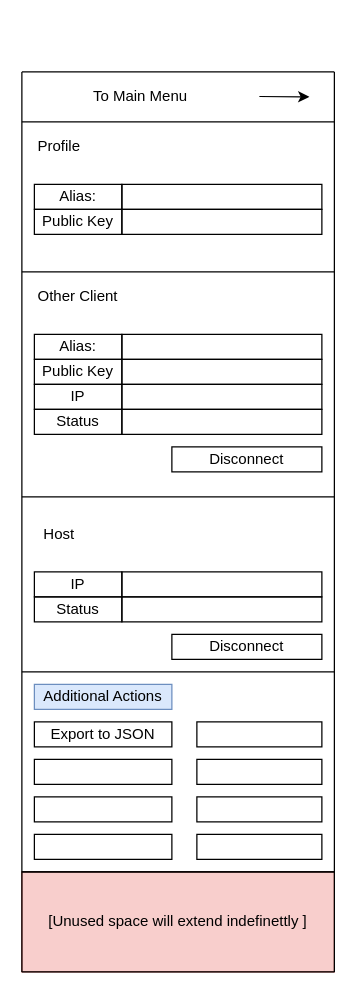
Earlier version of the draw.io diagram page "Chat Sidebar" (3 of 3) of src/clientHost/elect-client/doc/UI diagram.drawio (AdamPayzant/COMP4109Project). Source tidied: cells renumbered, new cells numbered last; positions are measured from the earlier drawing's top-left corner, leaving out a move shared by most shapes. Both pictures are drawn from the tidied source at 125%, with x=0, y=0 at pixel (21, 71).
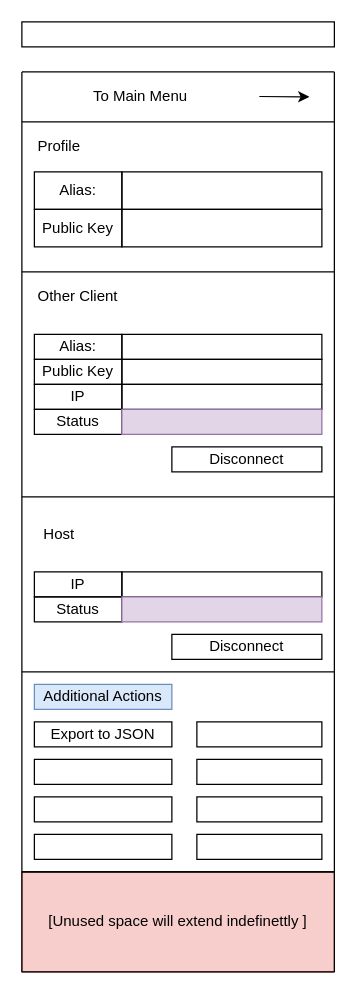
The same diagram, later.

What changed in the source:
```diff
@@
     <mxCell id="27" value="Alias:" style="rounded=0;whiteSpace=wrap;html=1;gradientColor=#ffffff;fillColor=none;" parent="1" vertex="1">
-      <mxGeometry x="10" y="90" width="70" height="20" as="geometry" />
+      <mxGeometry x="10" y="80" width="70" height="30" as="geometry" />
     </mxCell>
     <mxCell id="28" style="rounded=0;whiteSpace=wrap;html=1;gradientColor=#ffffff;fillColor=none;" parent="1" vertex="1">
-      <mxGeometry x="80" y="90" width="160" height="20" as="geometry" />
+      <mxGeometry x="80" y="80" width="160" height="30" as="geometry" />
     </mxCell>
     <mxCell id="29" value="Public Key" style="rounded=0;whiteSpace=wrap;html=1;gradientColor=#ffffff;fillColor=none;" parent="1" vertex="1">
-      <mxGeometry x="10" y="110" width="70" height="20" as="geometry" />
+      <mxGeometry x="10" y="110" width="70" height="30" as="geometry" />
     </mxCell>
     <mxCell id="30" style="rounded=0;whiteSpace=wrap;html=1;gradientColor=#ffffff;fillColor=none;" parent="1" vertex="1">
-      <mxGeometry x="80" y="110" width="160" height="20" as="geometry" />
+      <mxGeometry x="80" y="110" width="160" height="30" as="geometry" />
     </mxCell>
@@
-    <mxCell id="38" style="rounded=0;whiteSpace=wrap;html=1;gradientColor=#ffffff;fillColor=none;" parent="1" vertex="1">
+    <mxCell id="38" style="rounded=0;whiteSpace=wrap;html=1;fillColor=#e1d5e7;strokeColor=#9673a6;" parent="1" vertex="1">
       <mxGeometry x="80" y="270" width="160" height="20" as="geometry" />
     </mxCell>
@@
-    <mxCell id="43" style="rounded=0;whiteSpace=wrap;html=1;gradientColor=#ffffff;fillColor=none;" parent="1" vertex="1">
+    <mxCell id="43" style="rounded=0;whiteSpace=wrap;html=1;fillColor=#e1d5e7;strokeColor=#9673a6;" parent="1" vertex="1">
       <mxGeometry x="80" y="420" width="160" height="20" as="geometry" />
     </mxCell>
@@
+    <mxCell id="45" style="rounded=0;whiteSpace=wrap;html=1;" parent="1" vertex="1">
+      <mxGeometry y="-40" width="250" height="20" as="geometry" />
+    </mxCell>
```
